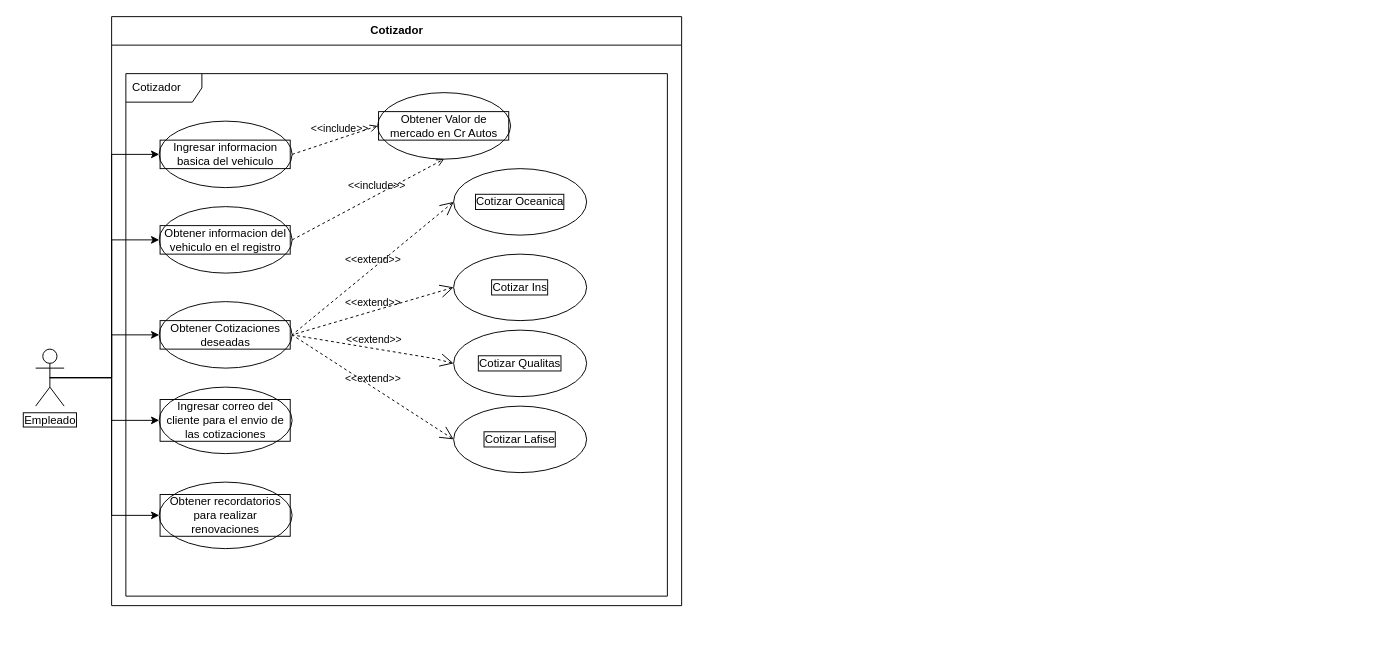
Earlier version of the draw.io diagram Untitled Diagram.drawio (sebastuan4/Proyecto-Cotizaciones.IO). Source tidied: cells renumbered, new cells numbered last; positions are measured from the earlier drawing's top-left corner, leaving out a move shared by most shapes. Both pictures are drawn from the tidied source at 95%, with x=0, y=0 at pixel (35, 16).
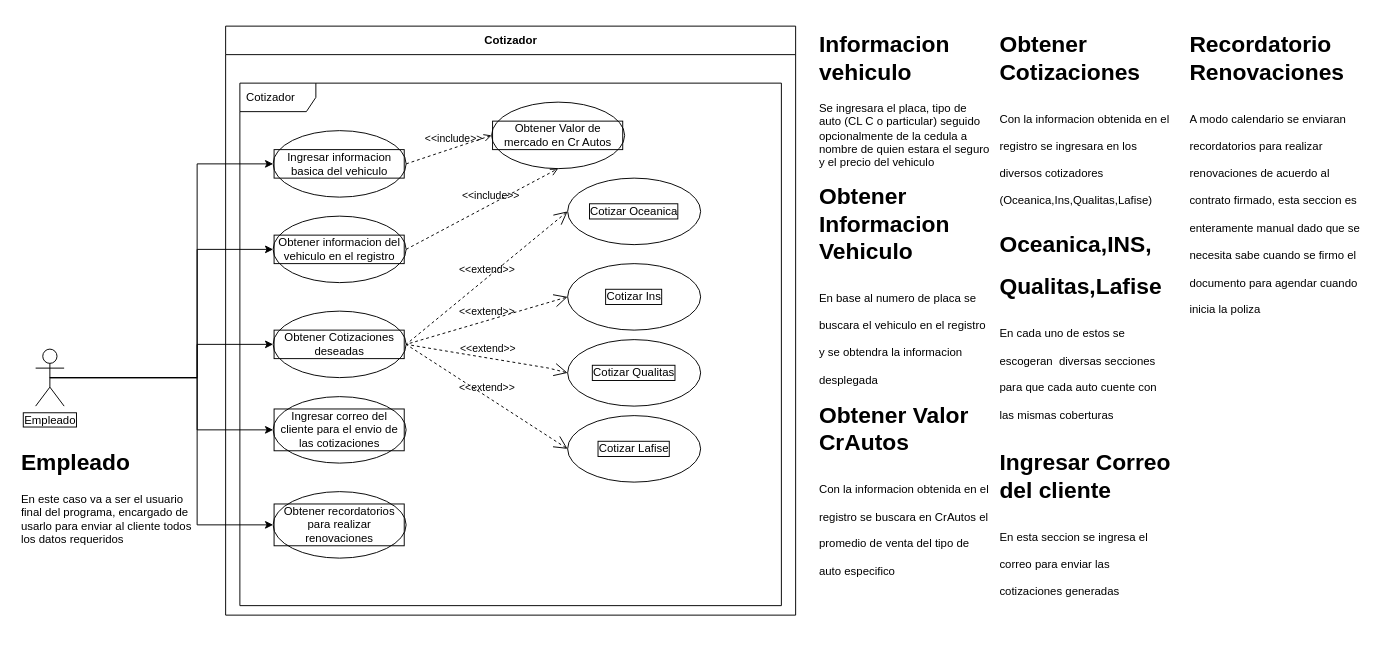
After the change.

Commit message:
Agregadas Descripciones

Unchanged cells that the change refers to:
```xml
<mxCell id="4" value="Obtener informacion del vehiculo en el registro" style="ellipse;whiteSpace=wrap;html=1;labelBorderColor=default;" parent="2" vertex="1">
  <mxGeometry x="50" y="200" width="140" height="70" as="geometry" />
</mxCell>
<mxCell id="5" value="Ingresar informacion basica del vehiculo" style="shape=ellipse;html=1;strokeWidth=1;fontStyle=0;whiteSpace=wrap;align=center;perimeter=ellipsePerimeter;labelBorderColor=default;" parent="2" vertex="1">
  <mxGeometry x="50" y="110" width="140" height="70" as="geometry" />
</mxCell>
<mxCell id="6" value="Obtener Cotizaciones deseadas" style="ellipse;whiteSpace=wrap;html=1;labelBorderColor=default;" parent="2" vertex="1">
  <mxGeometry x="50" y="300" width="140" height="70" as="geometry" />
</mxCell>
<mxCell id="13" value="Ingresar correo del cliente para el envio de las cotizaciones" style="ellipse;whiteSpace=wrap;html=1;labelBorderColor=default;strokeWidth=1;" parent="2" vertex="1">
  <mxGeometry x="50" y="390" width="140" height="70" as="geometry" />
</mxCell>
<mxCell id="18" value="Obtener recordatorios para realizar renovaciones" style="ellipse;whiteSpace=wrap;html=1;labelBorderColor=default;strokeWidth=1;" parent="2" vertex="1">
  <mxGeometry x="50" y="490" width="140" height="70" as="geometry" />
</mxCell>
<mxCell id="25" value="Empleado" style="shape=umlActor;html=1;verticalLabelPosition=bottom;verticalAlign=top;align=center;labelBorderColor=default;" parent="1" vertex="1">
  <mxGeometry y="350" width="30" height="60" as="geometry" />
</mxCell>
```

The edit, as a diff of the source:
```diff
@@
     <mxCell id="2" value="Cotizador" style="swimlane;fontStyle=1;align=center;horizontal=1;startSize=30;html=1;" parent="1" vertex="1">
-      <mxGeometry x="80" width="600" height="620" as="geometry" />
+      <mxGeometry x="200" y="10" width="600" height="620" as="geometry" />
     </mxCell>
@@
     <mxCell id="20" style="edgeStyle=orthogonalEdgeStyle;rounded=0;jettySize=auto;html=1;exitX=0.5;exitY=0.5;exitDx=0;exitDy=0;exitPerimeter=0;entryX=0;entryY=0.5;entryDx=0;entryDy=0;" parent="1" edge="1" source="25" target="4">
-      <mxGeometry relative="1" as="geometry" />
+      <mxGeometry relative="1" as="geometry">
+        <Array as="points">
+          <mxPoint x="170" y="380" />
+          <mxPoint x="170" y="245" />
+        </Array>
+      </mxGeometry>
     </mxCell>
     <mxCell id="21" style="edgeStyle=orthogonalEdgeStyle;rounded=0;jettySize=auto;html=1;exitX=0.5;exitY=0.5;exitDx=0;exitDy=0;exitPerimeter=0;entryX=0;entryY=0.5;entryDx=0;entryDy=0;" parent="1" edge="1" source="25" target="5">
-      <mxGeometry relative="1" as="geometry" />
+      <mxGeometry relative="1" as="geometry">
+        <Array as="points">
+          <mxPoint x="170" y="380" />
+          <mxPoint x="170" y="155" />
+        </Array>
+      </mxGeometry>
     </mxCell>
     <mxCell id="22" style="edgeStyle=orthogonalEdgeStyle;rounded=0;jettySize=auto;html=1;exitX=0.5;exitY=0.5;exitDx=0;exitDy=0;exitPerimeter=0;entryX=0;entryY=0.5;entryDx=0;entryDy=0;" parent="1" edge="1" source="25" target="6">
-      <mxGeometry relative="1" as="geometry" />
+      <mxGeometry relative="1" as="geometry">
+        <Array as="points">
+          <mxPoint x="170" y="380" />
+          <mxPoint x="170" y="345" />
+        </Array>
+      </mxGeometry>
     </mxCell>
     <mxCell id="23" style="edgeStyle=orthogonalEdgeStyle;rounded=0;jettySize=auto;html=1;exitX=0.5;exitY=0.5;exitDx=0;exitDy=0;exitPerimeter=0;entryX=0;entryY=0.5;entryDx=0;entryDy=0;" parent="1" edge="1" source="25" target="13">
-      <mxGeometry relative="1" as="geometry" />
+      <mxGeometry relative="1" as="geometry">
+        <Array as="points">
+          <mxPoint x="170" y="380" />
+          <mxPoint x="170" y="435" />
+        </Array>
+      </mxGeometry>
     </mxCell>
     <mxCell id="24" style="edgeStyle=orthogonalEdgeStyle;rounded=0;jettySize=auto;html=1;exitX=0.5;exitY=0.5;exitDx=0;exitDy=0;exitPerimeter=0;entryX=0;entryY=0.5;entryDx=0;entryDy=0;" parent="1" edge="1" source="25" target="18">
-      <mxGeometry relative="1" as="geometry" />
+      <mxGeometry relative="1" as="geometry">
+        <Array as="points">
+          <mxPoint x="170" y="380" />
+          <mxPoint x="170" y="535" />
+        </Array>
+      </mxGeometry>
     </mxCell>
@@
+    <mxCell id="26" value="&lt;h1&gt;Empleado&amp;nbsp;&lt;/h1&gt;&lt;div&gt;En este caso va a ser el usuario final del programa, encargado de usarlo para enviar al cliente todos los datos requeridos&lt;/div&gt;&lt;div&gt;&lt;br&gt;&lt;/div&gt;" style="text;html=1;strokeColor=none;fillColor=none;spacing=5;spacingTop=-20;whiteSpace=wrap;overflow=hidden;rounded=0;" parent="1" vertex="1">
+      <mxGeometry x="-20" y="450" width="190" height="120" as="geometry" />
+    </mxCell>
+    <mxCell id="27" value="&lt;h1&gt;&lt;span style=&quot;background-color: initial;&quot;&gt;Informacion vehiculo&lt;/span&gt;&lt;/h1&gt;&lt;div&gt;Se ingresara el placa, tipo de auto (CL C o particular) seguido opcionalmente de la cedula a nombre de quien estara el seguro y el precio del vehiculo&lt;/div&gt;" style="text;html=1;strokeColor=none;fillColor=none;spacing=5;spacingTop=-20;whiteSpace=wrap;overflow=hidden;rounded=0;" parent="1" vertex="1">
+      <mxGeometry x="820" y="10" width="190" height="160" as="geometry" />
+    </mxCell>
+    <mxCell id="28" value="&lt;h1&gt;&lt;span style=&quot;background-color: initial;&quot;&gt;Obtener Informacion Vehiculo&lt;/span&gt;&lt;/h1&gt;&lt;h1&gt;&lt;span style=&quot;font-size: 12px; font-weight: 400;&quot;&gt;En base al numero de placa se buscara el vehiculo en el registro y se obtendra la informacion desplegada&lt;/span&gt;&lt;/h1&gt;&lt;div&gt;&lt;br&gt;&lt;/div&gt;" style="text;html=1;strokeColor=none;fillColor=none;spacing=5;spacingTop=-20;whiteSpace=wrap;overflow=hidden;rounded=0;" parent="1" vertex="1">
+      <mxGeometry x="820" y="170" width="190" height="220" as="geometry" />
+    </mxCell>
+    <mxCell id="29" value="&lt;h1&gt;&lt;span style=&quot;background-color: initial;&quot;&gt;Obtener Valor CrAutos&lt;/span&gt;&lt;/h1&gt;&lt;h1&gt;&lt;span style=&quot;font-size: 12px; font-weight: 400;&quot;&gt;Con la informacion obtenida en el registro se buscara en CrAutos el promedio de venta del tipo de auto especifico&lt;/span&gt;&lt;/h1&gt;&lt;div&gt;&lt;br&gt;&lt;/div&gt;" style="text;html=1;strokeColor=none;fillColor=none;spacing=5;spacingTop=-20;whiteSpace=wrap;overflow=hidden;rounded=0;" parent="1" vertex="1">
+      <mxGeometry x="820" y="400" width="190" height="200" as="geometry" />
+    </mxCell>
+    <mxCell id="30" value="&lt;h1&gt;&lt;span style=&quot;background-color: initial;&quot;&gt;Obtener Cotizaciones&lt;/span&gt;&lt;/h1&gt;&lt;h1&gt;&lt;span style=&quot;font-size: 12px; font-weight: 400;&quot;&gt;Con la informacion obtenida en el registro se ingresara en los diversos cotizadores (Oceanica,Ins,Qualitas,Lafise)&lt;/span&gt;&lt;/h1&gt;&lt;div&gt;&lt;br&gt;&lt;/div&gt;" style="text;html=1;strokeColor=none;fillColor=none;spacing=5;spacingTop=-20;whiteSpace=wrap;overflow=hidden;rounded=0;" parent="1" vertex="1">
+      <mxGeometry x="1010" y="10" width="190" height="200" as="geometry" />
+    </mxCell>
+    <mxCell id="31" value="&lt;h1&gt;&lt;span style=&quot;background-color: initial;&quot;&gt;Oceanica,INS,&lt;/span&gt;&lt;/h1&gt;&lt;h1&gt;&lt;span style=&quot;background-color: initial;&quot;&gt;Qualitas,Lafise&lt;/span&gt;&lt;/h1&gt;&lt;h1&gt;&lt;span style=&quot;font-size: 12px; font-weight: 400;&quot;&gt;En cada uno de estos se escogeran&amp;nbsp; diversas secciones para que cada auto cuente con las mismas coberturas&lt;/span&gt;&lt;/h1&gt;&lt;div&gt;&lt;br&gt;&lt;/div&gt;" style="text;html=1;strokeColor=none;fillColor=none;spacing=5;spacingTop=-20;whiteSpace=wrap;overflow=hidden;rounded=0;" parent="1" vertex="1">
+      <mxGeometry x="1010" y="220" width="190" height="220" as="geometry" />
+    </mxCell>
+    <mxCell id="32" value="&lt;h1&gt;Ingresar Correo del cliente&lt;/h1&gt;&lt;h1&gt;&lt;span style=&quot;font-size: 12px; font-weight: 400;&quot;&gt;En esta seccion se ingresa el correo para enviar las cotizaciones generadas&lt;/span&gt;&lt;/h1&gt;&lt;div&gt;&lt;br&gt;&lt;/div&gt;" style="text;html=1;strokeColor=none;fillColor=none;spacing=5;spacingTop=-20;whiteSpace=wrap;overflow=hidden;rounded=0;" parent="1" vertex="1">
+      <mxGeometry x="1010" y="450" width="190" height="220" as="geometry" />
+    </mxCell>
+    <mxCell id="33" value="&lt;h1&gt;Recordatorio Renovaciones&lt;/h1&gt;&lt;h1&gt;&lt;span style=&quot;font-size: 12px; font-weight: 400;&quot;&gt;A modo calendario se enviaran recordatorios para realizar renovaciones de acuerdo al contrato firmado, esta seccion es enteramente manual dado que se necesita sabe cuando se firmo el documento para agendar cuando inicia la poliza&lt;/span&gt;&lt;/h1&gt;&lt;div&gt;&lt;br&gt;&lt;/div&gt;" style="text;html=1;strokeColor=none;fillColor=none;spacing=5;spacingTop=-20;whiteSpace=wrap;overflow=hidden;rounded=0;" parent="1" vertex="1">
+      <mxGeometry x="1210" y="10" width="190" height="310" as="geometry" />
+    </mxCell>
```
